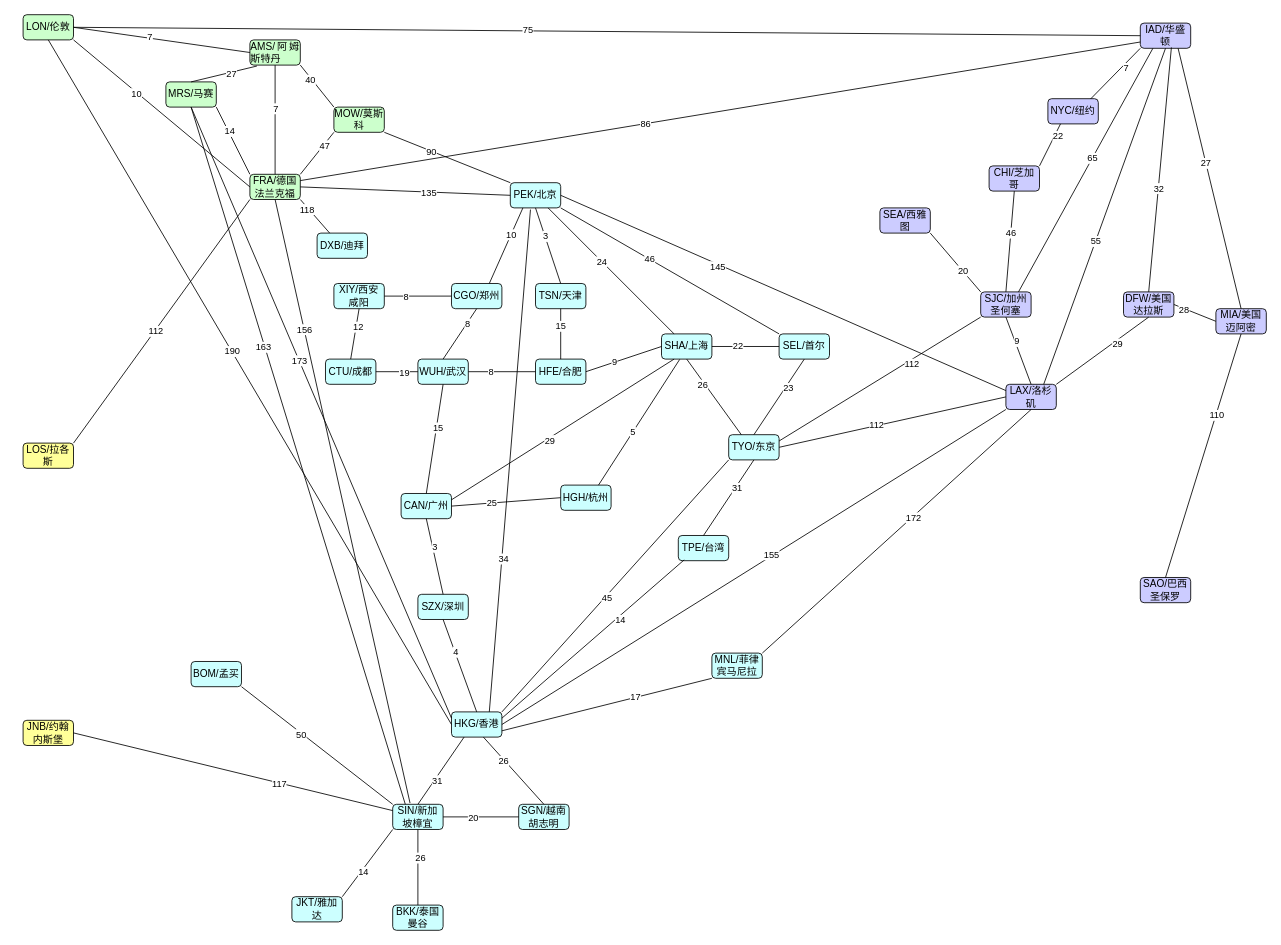
Earlier version of the draw.io diagram Untitled Diagram.drawio (GoodBorther/test). Source tidied: cells renumbered, new cells numbered last; positions are measured from the earlier drawing's top-left corner, leaving out a move shared by most shapes. Both pictures are drawn from the tidied source at 84%, with x=0, y=0 at pixel (23, 14).
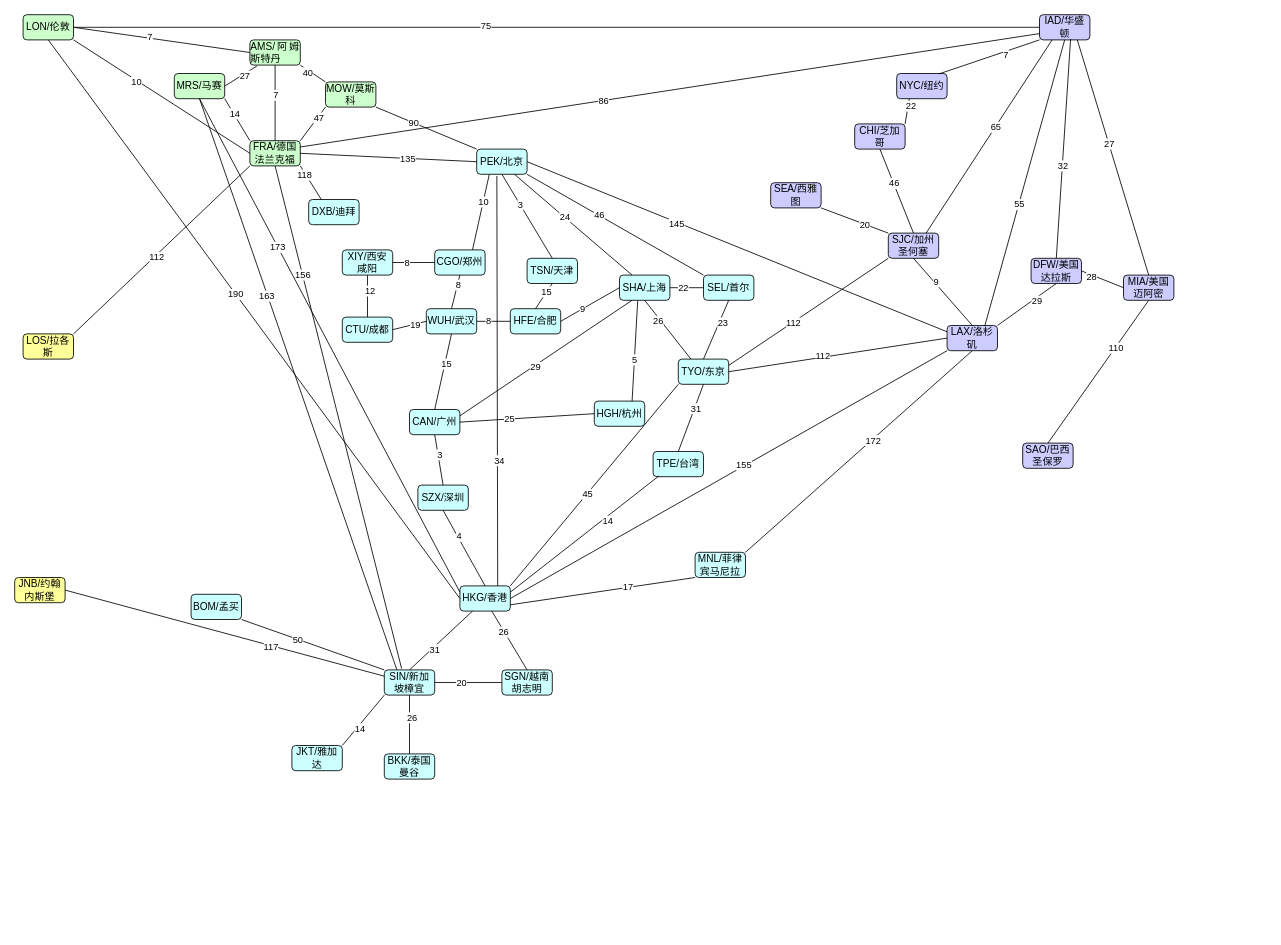
The same diagram, later.

Unchanged cells that the change refers to:
```xml
<mxCell id="3" value="&lt;div style=&quot;text-align: justify&quot;&gt;&lt;span&gt;AMS/阿姆斯特丹&lt;/span&gt;&lt;/div&gt;" style="rounded=1;whiteSpace=wrap;html=1;fillColor=#CCFFCC;" parent="1" vertex="1">
  <mxGeometry x="270" y="30" width="60" height="30" as="geometry" />
</mxCell>
<mxCell id="115" style="endArrow=none;html=1;entryX=0.5;entryY=1;entryDx=0;entryDy=0;exitX=0;exitY=0.25;exitDx=0;exitDy=0;" parent="1" edge="1" source="38" target="6">
  <mxGeometry relative="1" as="geometry" />
</mxCell>
<mxCell id="164" style="endArrow=none;html=1;entryX=0;entryY=1;entryDx=0;entryDy=0;exitX=1;exitY=0.25;exitDx=0;exitDy=0;" parent="1" edge="1" source="46" target="126">
  <mxGeometry relative="1" as="geometry" />
</mxCell>
```

What changed in the source:
```diff
@@
     <mxCell id="6" value="MRS/马赛" style="rounded=1;whiteSpace=wrap;html=1;fillColor=#CCFFCC;" parent="1" vertex="1">
-      <mxGeometry x="170" y="80" width="60" height="30" as="geometry" />
+      <mxGeometry x="180" y="70" width="60" height="30" as="geometry" />
     </mxCell>
     <mxCell id="7" value="MOW/莫斯科" style="rounded=1;whiteSpace=wrap;html=1;fillColor=#CCFFCC;" parent="1" vertex="1">
-      <mxGeometry x="370" y="110" width="60" height="30" as="geometry" />
+      <mxGeometry x="360" y="80" width="60" height="30" as="geometry" />
     </mxCell>
     <mxCell id="8" value="FRA/德国法兰克福" style="rounded=1;whiteSpace=wrap;html=1;fillColor=#CCFFCC;" parent="1" vertex="1">
-      <mxGeometry x="270" y="190" width="60" height="30" as="geometry" />
+      <mxGeometry x="270" y="150" width="60" height="30" as="geometry" />
     </mxCell>
-    <mxCell id="9" style="endArrow=none;html=1;exitX=0.5;exitY=0;exitDx=0;exitDy=0;entryX=0.139;entryY=1.037;entryDx=0;entryDy=0;entryPerimeter=0;" parent="1" edge="1" source="6" target="3">
+    <mxCell id="9" style="endArrow=none;html=1;exitX=1;exitY=0.5;exitDx=0;exitDy=0;entryX=0.139;entryY=1.037;entryDx=0;entryDy=0;entryPerimeter=0;" parent="1" edge="1" source="6" target="3">
       <mxGeometry relative="1" as="geometry" />
     </mxCell>
@@
     <mxCell id="21" value="LOS/拉各斯" style="rounded=1;whiteSpace=wrap;html=1;fillColor=#FFFF99;" parent="1" vertex="1">
-      <mxGeometry y="510" width="60" height="30" as="geometry" />
+      <mxGeometry y="380" width="60" height="30" as="geometry" />
     </mxCell>
     <mxCell id="22" value="JNB/约翰内斯堡" style="rounded=1;whiteSpace=wrap;html=1;fillColor=#FFFF99;" parent="1" vertex="1">
-      <mxGeometry y="840" width="60" height="30" as="geometry" />
+      <mxGeometry x="-10" y="670" width="60" height="30" as="geometry" />
     </mxCell>
@@
     <mxCell id="25" value="DXB/迪拜" style="rounded=1;whiteSpace=wrap;html=1;fillColor=#CCFFFF;" parent="1" vertex="1">
-      <mxGeometry x="350" y="260" width="60" height="30" as="geometry" />
+      <mxGeometry x="340" y="220" width="60" height="30" as="geometry" />
     </mxCell>
@@
     <mxCell id="28" value="CTU/成都" style="rounded=1;whiteSpace=wrap;html=1;fillColor=#CCFFFF;" parent="1" vertex="1">
-      <mxGeometry x="360" y="410" width="60" height="30" as="geometry" />
+      <mxGeometry x="380" y="360" width="60" height="30" as="geometry" />
     </mxCell>
     <mxCell id="29" value="XIY/西安咸阳" style="rounded=1;whiteSpace=wrap;html=1;fillColor=#CCFFFF;" parent="1" vertex="1">
-      <mxGeometry x="370" y="320" width="60" height="30" as="geometry" />
+      <mxGeometry x="380" y="280" width="60" height="30" as="geometry" />
     </mxCell>
     <mxCell id="30" value="CGO/郑州" style="rounded=1;whiteSpace=wrap;html=1;fillColor=#CCFFFF;" parent="1" vertex="1">
-      <mxGeometry x="510" y="320" width="60" height="30" as="geometry" />
+      <mxGeometry x="490" y="280" width="60" height="30" as="geometry" />
     </mxCell>
     <mxCell id="31" value="PEK/北京" style="rounded=1;whiteSpace=wrap;html=1;fillColor=#CCFFFF;" parent="1" vertex="1">
-      <mxGeometry x="580" y="200" width="60" height="30" as="geometry" />
+      <mxGeometry x="540" y="160" width="60" height="30" as="geometry" />
     </mxCell>
     <mxCell id="32" value="WUH/武汉" style="rounded=1;whiteSpace=wrap;html=1;fillColor=#CCFFFF;" parent="1" vertex="1">
-      <mxGeometry x="470" y="410" width="60" height="30" as="geometry" />
+      <mxGeometry x="480" y="350" width="60" height="30" as="geometry" />
     </mxCell>
     <mxCell id="33" value="TSN/天津" style="rounded=1;whiteSpace=wrap;html=1;fillColor=#CCFFFF;" parent="1" vertex="1">
-      <mxGeometry x="610" y="320" width="60" height="30" as="geometry" />
+      <mxGeometry x="600" y="290" width="60" height="30" as="geometry" />
     </mxCell>
     <mxCell id="34" value="HFE/合肥" style="rounded=1;whiteSpace=wrap;html=1;fillColor=#CCFFFF;" parent="1" vertex="1">
-      <mxGeometry x="610" y="410" width="60" height="30" as="geometry" />
+      <mxGeometry x="580" y="350" width="60" height="30" as="geometry" />
     </mxCell>
     <mxCell id="35" value="CAN/广州" style="rounded=1;whiteSpace=wrap;html=1;fillColor=#CCFFFF;" parent="1" vertex="1">
-      <mxGeometry x="450" y="570" width="60" height="30" as="geometry" />
+      <mxGeometry x="460" y="470" width="60" height="30" as="geometry" />
     </mxCell>
     <mxCell id="36" value="SZX/深圳" style="rounded=1;whiteSpace=wrap;html=1;fillColor=#CCFFFF;" parent="1" vertex="1">
-      <mxGeometry x="470" y="690" width="60" height="30" as="geometry" />
+      <mxGeometry x="470" y="560" width="60" height="30" as="geometry" />
     </mxCell>
     <mxCell id="37" value="BOM/孟买" style="rounded=1;whiteSpace=wrap;html=1;fillColor=#CCFFFF;" parent="1" vertex="1">
-      <mxGeometry x="200" y="770" width="60" height="30" as="geometry" />
+      <mxGeometry x="200" y="690" width="60" height="30" as="geometry" />
     </mxCell>
     <mxCell id="38" value="HKG/香港" style="rounded=1;whiteSpace=wrap;html=1;fillColor=#CCFFFF;" parent="1" vertex="1">
-      <mxGeometry x="510" y="830" width="60" height="30" as="geometry" />
+      <mxGeometry x="520" y="680" width="60" height="30" as="geometry" />
     </mxCell>
     <mxCell id="39" value="SIN/新加坡樟宜" style="rounded=1;whiteSpace=wrap;html=1;fillColor=#CCFFFF;" parent="1" vertex="1">
-      <mxGeometry x="440" y="940" width="60" height="30" as="geometry" />
+      <mxGeometry x="430" y="780" width="60" height="30" as="geometry" />
     </mxCell>
     <mxCell id="40" value="SGN/越南胡志明" style="rounded=1;whiteSpace=wrap;html=1;fillColor=#CCFFFF;" parent="1" vertex="1">
-      <mxGeometry x="590" y="940" width="60" height="30" as="geometry" />
+      <mxGeometry x="570" y="780" width="60" height="30" as="geometry" />
     </mxCell>
     <mxCell id="41" value="MNL/菲律宾马尼拉" style="rounded=1;whiteSpace=wrap;html=1;fillColor=#CCFFFF;" parent="1" vertex="1">
-      <mxGeometry x="820" y="760" width="60" height="30" as="geometry" />
+      <mxGeometry x="800" y="640" width="60" height="30" as="geometry" />
     </mxCell>
     <mxCell id="42" value="BKK/泰国曼谷" style="rounded=1;whiteSpace=wrap;html=1;fillColor=#CCFFFF;" parent="1" vertex="1">
-      <mxGeometry x="440" y="1060" width="60" height="30" as="geometry" />
+      <mxGeometry x="430" y="880" width="60" height="30" as="geometry" />
     </mxCell>
     <mxCell id="43" value="JKT/雅加达" style="rounded=1;whiteSpace=wrap;html=1;fillColor=#CCFFFF;" parent="1" vertex="1">
-      <mxGeometry x="320" y="1050" width="60" height="30" as="geometry" />
+      <mxGeometry x="320" y="870" width="60" height="30" as="geometry" />
     </mxCell>
     <mxCell id="44" value="SHA/上海" style="rounded=1;whiteSpace=wrap;html=1;fillColor=#CCFFFF;" parent="1" vertex="1">
-      <mxGeometry x="760" y="380" width="60" height="30" as="geometry" />
+      <mxGeometry x="710" y="310" width="60" height="30" as="geometry" />
     </mxCell>
     <mxCell id="45" value="HGH/杭州" style="rounded=1;whiteSpace=wrap;html=1;fillColor=#CCFFFF;" parent="1" vertex="1">
-      <mxGeometry x="640" y="560" width="60" height="30" as="geometry" />
+      <mxGeometry x="680" y="460" width="60" height="30" as="geometry" />
     </mxCell>
     <mxCell id="46" value="TYO/东京" style="rounded=1;whiteSpace=wrap;html=1;fillColor=#CCFFFF;" parent="1" vertex="1">
-      <mxGeometry x="840" y="500" width="60" height="30" as="geometry" />
+      <mxGeometry x="780" y="410" width="60" height="30" as="geometry" />
     </mxCell>
     <mxCell id="47" value="SEL/首尔" style="rounded=1;whiteSpace=wrap;html=1;fillColor=#CCFFFF;" parent="1" vertex="1">
-      <mxGeometry x="900" y="380" width="60" height="30" as="geometry" />
+      <mxGeometry x="810" y="310" width="60" height="30" as="geometry" />
     </mxCell>
     <mxCell id="48" value="TPE/台湾" style="rounded=1;whiteSpace=wrap;html=1;fillColor=#CCFFFF;" parent="1" vertex="1">
-      <mxGeometry x="780" y="620" width="60" height="30" as="geometry" />
+      <mxGeometry x="750" y="520" width="60" height="30" as="geometry" />
     </mxCell>
@@
     <mxCell id="116" value="173" style="edgeLabel;html=1;align=center;verticalAlign=middle;" parent="115" vertex="1">
-      <mxGeometry x="0.17" relative="1" as="geometry" />
+      <mxGeometry x="0.4" y="1" relative="1" as="geometry" />
     </mxCell>
@@
     <mxCell id="121" value="IAD/华盛顿" style="rounded=1;whiteSpace=wrap;html=1;fillColor=#CCCCFF;" parent="1" vertex="1">
-      <mxGeometry x="1330" y="10" width="60" height="30" as="geometry" />
+      <mxGeometry x="1210" width="60" height="30" as="geometry" />
     </mxCell>
@@
     <mxCell id="124" value="SAO/巴西圣保罗" style="rounded=1;whiteSpace=wrap;html=1;fillColor=#CCCCFF;" parent="1" vertex="1">
-      <mxGeometry x="1330" y="670" width="60" height="30" as="geometry" />
+      <mxGeometry x="1190" y="510" width="60" height="30" as="geometry" />
     </mxCell>
     <mxCell id="125" value="DFW/美国达拉斯" style="rounded=1;whiteSpace=wrap;html=1;fillColor=#CCCCFF;" parent="1" vertex="1">
-      <mxGeometry x="1310" y="330" width="60" height="30" as="geometry" />
+      <mxGeometry x="1200" y="290" width="60" height="30" as="geometry" />
     </mxCell>
     <mxCell id="126" value="SJC/加州圣何塞" style="rounded=1;whiteSpace=wrap;html=1;fillColor=#CCCCFF;" parent="1" vertex="1">
-      <mxGeometry x="1140" y="330" width="60" height="30" as="geometry" />
+      <mxGeometry x="1030" y="260" width="60" height="30" as="geometry" />
     </mxCell>
     <mxCell id="127" value="SEA/西雅图" style="rounded=1;whiteSpace=wrap;html=1;fillColor=#CCCCFF;" parent="1" vertex="1">
-      <mxGeometry x="1020" y="230" width="60" height="30" as="geometry" />
+      <mxGeometry x="890" y="200" width="60" height="30" as="geometry" />
     </mxCell>
     <mxCell id="128" value="CHI/芝加哥" style="rounded=1;whiteSpace=wrap;html=1;fillColor=#CCCCFF;" parent="1" vertex="1">
-      <mxGeometry x="1150" y="180" width="60" height="30" as="geometry" />
+      <mxGeometry x="990" y="130" width="60" height="30" as="geometry" />
     </mxCell>
     <mxCell id="129" value="NYC/纽约" style="rounded=1;whiteSpace=wrap;html=1;fillColor=#CCCCFF;" parent="1" vertex="1">
-      <mxGeometry x="1220" y="100" width="60" height="30" as="geometry" />
+      <mxGeometry x="1040" y="70" width="60" height="30" as="geometry" />
     </mxCell>
     <mxCell id="130" value="MIA/美国迈阿密" style="rounded=1;whiteSpace=wrap;html=1;fillColor=#CCCCFF;" parent="1" vertex="1">
-      <mxGeometry x="1420" y="350" width="60" height="30" as="geometry" />
+      <mxGeometry x="1310" y="310" width="60" height="30" as="geometry" />
     </mxCell>
     <mxCell id="131" value="LAX/洛杉矶" style="rounded=1;whiteSpace=wrap;html=1;fillColor=#CCCCFF;" parent="1" vertex="1">
-      <mxGeometry x="1170" y="440" width="60" height="30" as="geometry" />
+      <mxGeometry x="1100" y="370" width="60" height="30" as="geometry" />
     </mxCell>
@@
     <mxCell id="165" value="112" style="edgeLabel;html=1;align=center;verticalAlign=middle;" parent="164" vertex="1">
-      <mxGeometry x="0.29" y="-4" relative="1" as="geometry" />
+      <mxGeometry x="-0.2" relative="1" as="geometry" />
     </mxCell>
```
